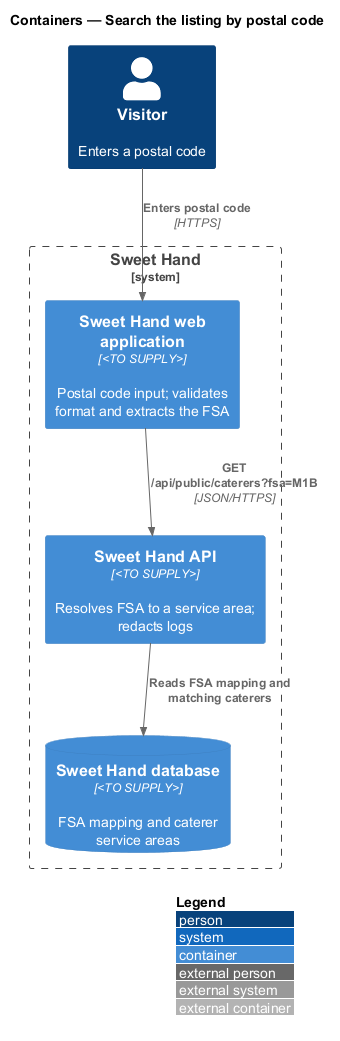
This is docs/detailed-designs/discovery/search-by-postal-code/diagrams/c4-container.png from QuinntyneBrown/sweet-hand, a PlantUML export, as it was before one commit.
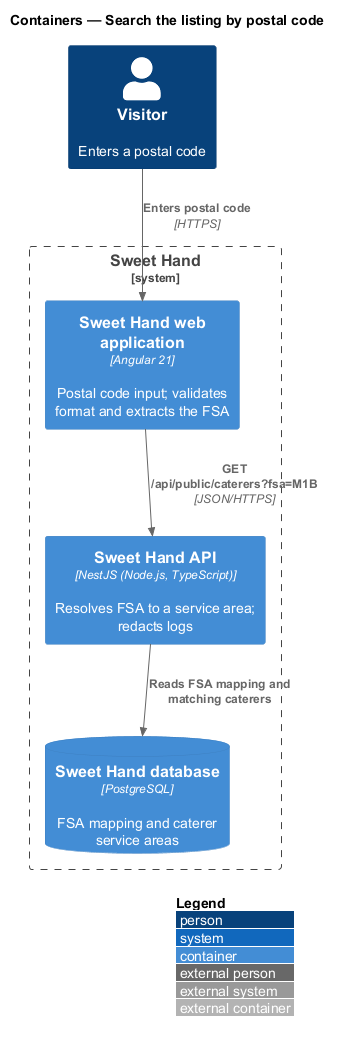
The same diagram one commit later.

Change to the diagram source:
```diff
@@ -5,9 +5,9 @@
 
 Person(visitor, "Visitor", "Enters a postal code")
 System_Boundary(sweethand, "Sweet Hand") {
-  Container(web, "Sweet Hand web application", "<TO SUPPLY>", "Postal code input; validates format and extracts the FSA")
-  Container(api, "Sweet Hand API", "<TO SUPPLY>", "Resolves FSA to a service area; redacts logs")
-  ContainerDb(db, "Sweet Hand database", "<TO SUPPLY>", "FSA mapping and caterer service areas")
+  Container(web, "Sweet Hand web application", "Angular 21", "Postal code input; validates format and extracts the FSA")
+  Container(api, "Sweet Hand API", "NestJS (Node.js, TypeScript)", "Resolves FSA to a service area; redacts logs")
+  ContainerDb(db, "Sweet Hand database", "PostgreSQL", "FSA mapping and caterer service areas")
 }
 Rel(visitor, web, "Enters postal code", "HTTPS")
 Rel(web, api, "GET /api/public/caterers?fsa=M1B", "JSON/HTTPS")
```
